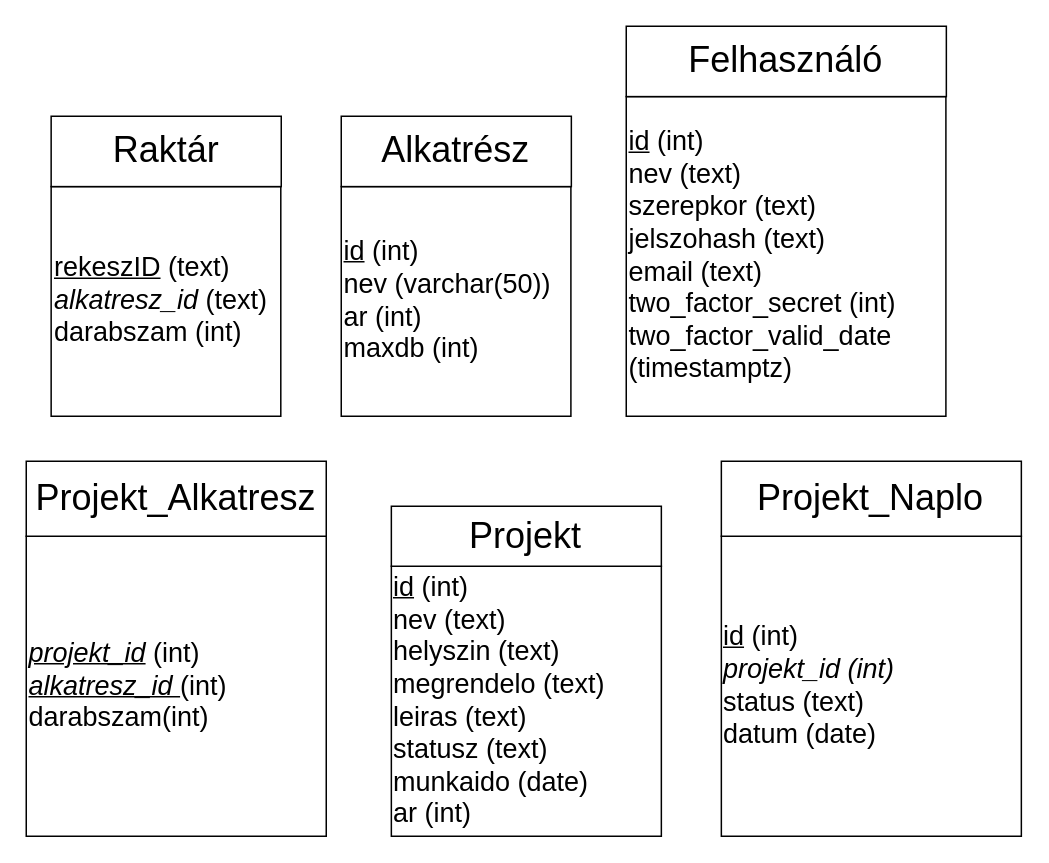
Before: Documentation/relacios.drawio in Sztoner/Beadando2026, a draw.io diagram. Source tidied: cells renumbered, new cells numbered last; positions are measured from the earlier drawing's top-left corner, leaving out a move shared by most shapes. Both pictures are drawn from the tidied source at 150%, with x=0, y=0 at pixel (26, 26).
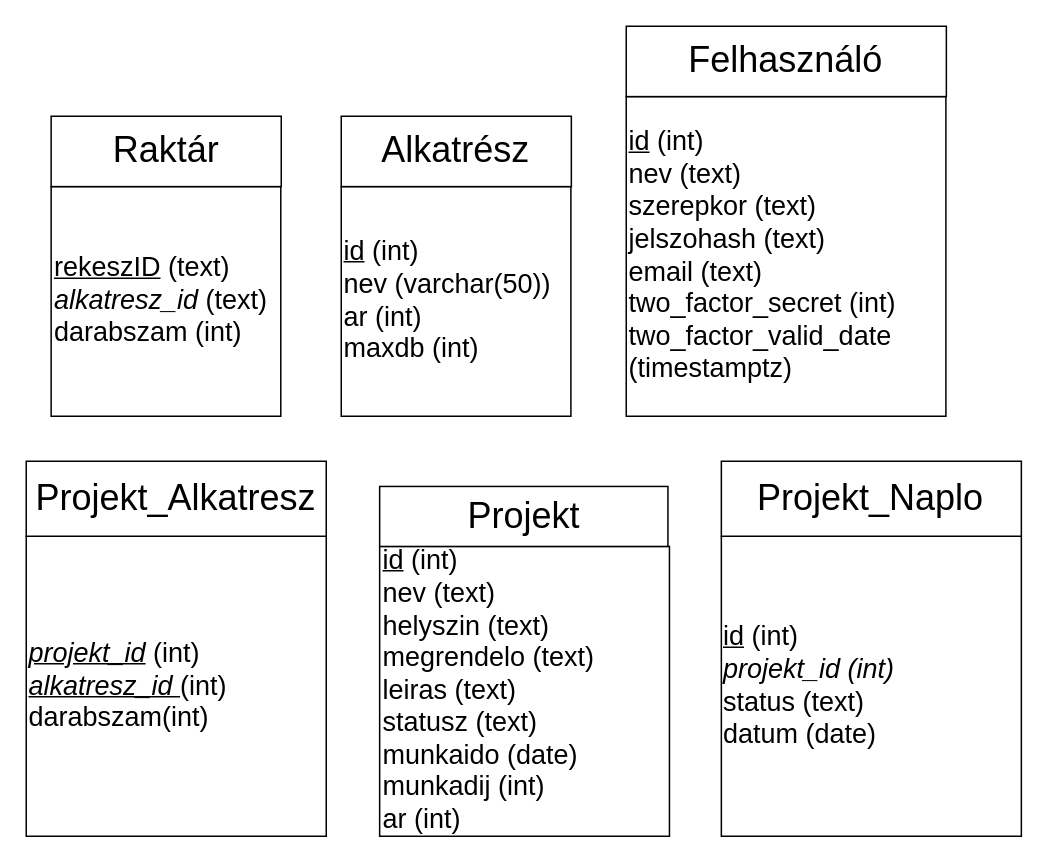
The same page after the edit.

Diff of the diagram source:
```diff
@@
 <mxGraphModel>
   <root>
     <mxCell id="0" />
     <mxCell id="1" parent="0" />
     <mxCell id="2" value="&lt;div&gt;&lt;span style=&quot;font-size: 18px;&quot;&gt;&lt;u&gt;rekeszID&lt;/u&gt;&amp;nbsp;(text)&lt;/span&gt;&lt;/div&gt;&lt;div&gt;&lt;i style=&quot;font-size: 18px; background-color: transparent; color: light-dark(rgb(0, 0, 0), rgb(255, 255, 255));&quot;&gt;alkatresz_id&lt;/i&gt;&lt;span style=&quot;font-size: 18px; background-color: transparent; color: light-dark(rgb(0, 0, 0), rgb(255, 255, 255));&quot;&gt; (text)&lt;/span&gt;&lt;/div&gt;&lt;div&gt;&lt;span style=&quot;font-size: 18px;&quot;&gt;darabszam (int)&lt;/span&gt;&lt;/div&gt;" style="whiteSpace=wrap;html=1;align=left;" parent="1" vertex="1">
       <mxGeometry x="16.6" y="106.9" width="153.1" height="153.1" as="geometry" />
     </mxCell>
     <mxCell id="3" value="&lt;font style=&quot;font-size: 24px;&quot;&gt;Raktár&lt;/font&gt;" style="rounded=0;whiteSpace=wrap;html=1;" parent="1" vertex="1">
       <mxGeometry x="16.6" y="60" width="153.4" height="46.9" as="geometry" />
     </mxCell>
     <mxCell id="4" value="&lt;div&gt;&lt;span style=&quot;font-size: 18px;&quot;&gt;&lt;u&gt;id&lt;/u&gt; (int)&lt;/span&gt;&lt;/div&gt;&lt;div&gt;&lt;span style=&quot;font-size: 18px;&quot;&gt;nev (varchar(50))&lt;/span&gt;&lt;/div&gt;&lt;div&gt;&lt;span style=&quot;font-size: 18px;&quot;&gt;ar (int)&lt;/span&gt;&lt;/div&gt;&lt;div&gt;&lt;span style=&quot;font-size: 18px;&quot;&gt;maxdb (int)&lt;/span&gt;&lt;/div&gt;" style="whiteSpace=wrap;html=1;align=left;" parent="1" vertex="1">
       <mxGeometry x="210" y="106.9" width="153.1" height="153.1" as="geometry" />
     </mxCell>
     <mxCell id="5" value="&lt;font style=&quot;font-size: 24px;&quot;&gt;Alkatrész&lt;/font&gt;" style="rounded=0;whiteSpace=wrap;html=1;" parent="1" vertex="1">
       <mxGeometry x="210" y="60" width="153.4" height="46.9" as="geometry" />
     </mxCell>
-    <mxCell id="6" value="&lt;div&gt;&lt;span style=&quot;font-size: 18px;&quot;&gt;&lt;u&gt;id&lt;/u&gt;&amp;nbsp;(int)&lt;/span&gt;&lt;/div&gt;&lt;div&gt;&lt;span style=&quot;font-size: 18px;&quot;&gt;nev (text)&lt;/span&gt;&lt;/div&gt;&lt;div&gt;&lt;span style=&quot;font-size: 18px;&quot;&gt;helyszin (text)&lt;/span&gt;&lt;/div&gt;&lt;div&gt;&lt;span style=&quot;font-size: 18px;&quot;&gt;megrendelo (text)&lt;/span&gt;&lt;/div&gt;&lt;div&gt;&lt;span style=&quot;font-size: 18px;&quot;&gt;leiras (text)&lt;/span&gt;&lt;/div&gt;&lt;div&gt;&lt;span style=&quot;font-size: 18px;&quot;&gt;statusz (text)&lt;/span&gt;&lt;/div&gt;&lt;div&gt;&lt;span style=&quot;font-size: 18px;&quot;&gt;munkaido (date)&lt;/span&gt;&lt;/div&gt;&lt;div&gt;&lt;span style=&quot;font-size: 18px;&quot;&gt;ar (int)&lt;/span&gt;&lt;/div&gt;" style="whiteSpace=wrap;html=1;align=left;" parent="1" vertex="1">
-      <mxGeometry x="243.4" y="360" width="180" height="180" as="geometry" />
-    </mxCell>
+    <mxCell id="14" value="&lt;div&gt;&lt;span style=&quot;font-size: 18px;&quot;&gt;&lt;u&gt;id&lt;/u&gt;&amp;nbsp;(int)&lt;/span&gt;&lt;/div&gt;&lt;div&gt;&lt;span style=&quot;font-size: 18px;&quot;&gt;nev (text)&lt;/span&gt;&lt;/div&gt;&lt;div&gt;&lt;span style=&quot;font-size: 18px;&quot;&gt;helyszin (text)&lt;/span&gt;&lt;/div&gt;&lt;div&gt;&lt;span style=&quot;font-size: 18px;&quot;&gt;megrendelo (text)&lt;/span&gt;&lt;/div&gt;&lt;div&gt;&lt;span style=&quot;font-size: 18px;&quot;&gt;leiras (text)&lt;/span&gt;&lt;/div&gt;&lt;div&gt;&lt;span style=&quot;font-size: 18px;&quot;&gt;statusz (text)&lt;/span&gt;&lt;/div&gt;&lt;div&gt;&lt;span style=&quot;font-size: 18px;&quot;&gt;munkaido (date)&lt;/span&gt;&lt;/div&gt;&lt;div&gt;&lt;span style=&quot;font-size: 18px;&quot;&gt;munkadij (int)&lt;/span&gt;&lt;/div&gt;&lt;div&gt;&lt;span style=&quot;font-size: 18px;&quot;&gt;ar (int)&lt;/span&gt;&lt;/div&gt;" style="whiteSpace=wrap;html=1;align=left;" parent="1" vertex="1">
+      <mxGeometry x="235.6" y="346.8" width="193.2" height="193.2" as="geometry" />
+    </mxCell>
     <mxCell id="7" value="&lt;span style=&quot;font-size: 24px;&quot;&gt;Projekt&lt;/span&gt;" style="rounded=0;whiteSpace=wrap;html=1;" parent="1" vertex="1">
-      <mxGeometry x="243.4" y="320" width="180" height="40" as="geometry" />
+      <mxGeometry x="235.6" y="306.8" width="192.2" height="40" as="geometry" />
     </mxCell>
     <mxCell id="8" value="&lt;div&gt;&lt;span style=&quot;font-size: 18px;&quot;&gt;&lt;u&gt;id&lt;/u&gt; (int)&lt;/span&gt;&lt;/div&gt;&lt;div&gt;&lt;span style=&quot;font-size: 18px;&quot;&gt;nev (text)&lt;/span&gt;&lt;/div&gt;&lt;div&gt;&lt;span style=&quot;font-size: 18px;&quot;&gt;szerepkor (text)&lt;/span&gt;&lt;/div&gt;&lt;div&gt;&lt;span style=&quot;font-size: 18px;&quot;&gt;jelszohash (text)&lt;/span&gt;&lt;/div&gt;&lt;div&gt;&lt;span style=&quot;font-size: 18px;&quot;&gt;email (text)&lt;/span&gt;&lt;/div&gt;&lt;div&gt;&lt;span style=&quot;font-size: 18px;&quot;&gt;two_factor_secret (int)&lt;/span&gt;&lt;/div&gt;&lt;div&gt;&lt;span style=&quot;font-size: 18px;&quot;&gt;two_factor_valid_date (timestamptz)&lt;/span&gt;&lt;/div&gt;" style="whiteSpace=wrap;html=1;align=left;" parent="1" vertex="1">
       <mxGeometry x="400" y="46.9" width="213.1" height="213.1" as="geometry" />
     </mxCell>
     <mxCell id="9" value="&lt;span style=&quot;font-size: 24px;&quot;&gt;Felhasználó&lt;/span&gt;" style="rounded=0;whiteSpace=wrap;html=1;" parent="1" vertex="1">
       <mxGeometry x="400" width="213.4" height="46.9" as="geometry" />
     </mxCell>
     <mxCell id="10" value="&lt;div&gt;&lt;span style=&quot;font-size: 18px;&quot;&gt;&lt;u style=&quot;font-style: italic;&quot;&gt;projekt_id&lt;/u&gt;&amp;nbsp;(int&lt;/span&gt;&lt;span style=&quot;font-size: 18px; background-color: transparent; color: light-dark(rgb(0, 0, 0), rgb(255, 255, 255));&quot;&gt;)&lt;/span&gt;&lt;/div&gt;&lt;div&gt;&lt;span style=&quot;font-size: 18px;&quot;&gt;&lt;u style=&quot;font-style: italic;&quot;&gt;alkatresz_id &lt;/u&gt;(int)&lt;/span&gt;&lt;/div&gt;&lt;div&gt;&lt;span style=&quot;font-size: 18px;&quot;&gt;darabszam(int)&lt;/span&gt;&lt;/div&gt;" style="whiteSpace=wrap;html=1;align=left;" parent="1" vertex="1">
       <mxGeometry y="340" width="200" height="200" as="geometry" />
     </mxCell>
     <mxCell id="11" value="&lt;span style=&quot;font-size: 24px;&quot;&gt;Projekt_Alkatresz&lt;/span&gt;" style="rounded=0;whiteSpace=wrap;html=1;" parent="1" vertex="1">
       <mxGeometry y="290" width="200" height="50" as="geometry" />
     </mxCell>
     <mxCell id="12" value="&lt;span style=&quot;font-size: 18px;&quot;&gt;&lt;u&gt;id&lt;/u&gt;&amp;nbsp;(int)&lt;/span&gt;&lt;div&gt;&lt;span style=&quot;font-size: 18px;&quot;&gt;&lt;i&gt;projekt_id (int)&lt;/i&gt;&lt;/span&gt;&lt;/div&gt;&lt;div&gt;&lt;span style=&quot;font-size: 18px;&quot;&gt;status (text)&lt;/span&gt;&lt;/div&gt;&lt;div&gt;&lt;span style=&quot;font-size: 18px;&quot;&gt;datum (date)&lt;/span&gt;&lt;/div&gt;" style="whiteSpace=wrap;html=1;align=left;" parent="1" vertex="1">
       <mxGeometry x="463.4" y="340" width="200" height="200" as="geometry" />
     </mxCell>
     <mxCell id="13" value="&lt;span style=&quot;font-size: 24px;&quot;&gt;Projekt_Naplo&lt;/span&gt;" style="rounded=0;whiteSpace=wrap;html=1;" parent="1" vertex="1">
       <mxGeometry x="463.4" y="290" width="200" height="50" as="geometry" />
     </mxCell>
   </root>
 </mxGraphModel>
```
